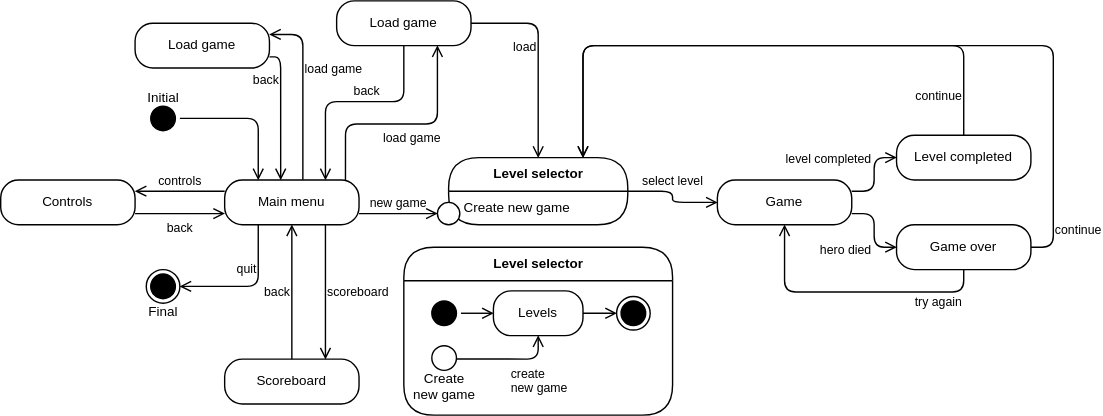
dmfrodrigues/feup-lpoo-proj keeps this draw.io diagram as docs/images/state-diagram.svg. Above is the earlier version. Source tidied: cells renumbered, new cells last; positions are measured from the earlier drawing's top-left corner, leaving out a move shared by most shapes.
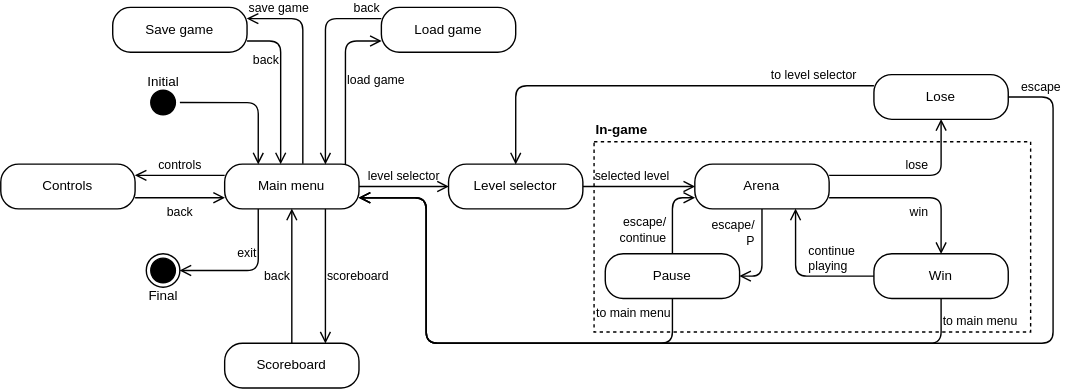
After the change.

The edit, as a diff of the source:
```diff
@@ -14,7 +14,7 @@
     <mxCell id="5" value="Main menu" style="rounded=1;whiteSpace=wrap;html=1;arcSize=40;fontColor=#000000;fillColor=#FFFFFF;strokeColor=#000000;" parent="1" vertex="1">
       <mxGeometry x="200" y="160" width="120" height="40" as="geometry" />
     </mxCell>
-    <mxCell id="6" value="quit" style="edgeStyle=orthogonalEdgeStyle;html=1;verticalAlign=middle;endArrow=open;endSize=8;strokeColor=#000000;exitX=0.25;exitY=1;exitDx=0;exitDy=0;entryX=1;entryY=0.5;entryDx=0;entryDy=0;align=right;labelBackgroundColor=none;" parent="1" edge="1" source="5" target="4">
+    <mxCell id="6" value="exit" style="edgeStyle=orthogonalEdgeStyle;html=1;verticalAlign=middle;endArrow=open;endSize=8;strokeColor=#000000;exitX=0.25;exitY=1;exitDx=0;exitDy=0;entryX=1;entryY=0.5;entryDx=0;entryDy=0;align=right;labelBackgroundColor=none;" parent="1" edge="1" source="5" target="4">
       <mxGeometry x="-0.36" relative="1" as="geometry">
         <Array as="points">
           <mxPoint x="230" y="255" />
@@ -30,42 +30,31 @@
     <mxCell id="9" value="back" style="edgeStyle=orthogonalEdgeStyle;html=1;verticalAlign=middle;endArrow=open;endSize=8;strokeColor=#000000;align=right;exitX=0.5;exitY=0;exitDx=0;exitDy=0;labelBackgroundColor=none;entryX=0.5;entryY=1;entryDx=0;entryDy=0;" parent="1" edge="1" source="7" target="5">
       <mxGeometry relative="1" as="geometry" />
     </mxCell>
-    <mxCell id="10" value="new game" style="edgeStyle=orthogonalEdgeStyle;html=1;verticalAlign=bottom;endArrow=open;endSize=8;strokeColor=#000000;align=center;exitX=1;exitY=0.75;exitDx=0;exitDy=0;entryX=0;entryY=0.5;entryDx=0;entryDy=0;labelBackgroundColor=none;" parent="1" edge="1" source="5" target="22">
+    <mxCell id="10" value="level selector" style="edgeStyle=orthogonalEdgeStyle;html=1;verticalAlign=bottom;endArrow=open;endSize=8;strokeColor=#000000;align=center;exitX=1;exitY=0.5;exitDx=0;exitDy=0;entryX=0;entryY=0.5;entryDx=0;entryDy=0;labelBackgroundColor=none;" parent="1" edge="1" source="5" target="41">
       <mxGeometry relative="1" as="geometry" />
     </mxCell>
     <mxCell id="11" value="Load game" style="rounded=1;whiteSpace=wrap;html=1;arcSize=40;fontColor=#000000;fillColor=#FFFFFF;strokeColor=#000000;" parent="1" vertex="1">
-      <mxGeometry x="300" width="120" height="40" as="geometry" />
+      <mxGeometry x="340" y="20" width="120" height="40" as="geometry" />
     </mxCell>
-    <mxCell id="12" value="load game" style="edgeStyle=orthogonalEdgeStyle;html=1;verticalAlign=top;endArrow=open;endSize=8;strokeColor=#000000;entryX=0.75;entryY=1;entryDx=0;entryDy=0;align=left;labelBackgroundColor=none;exitX=0.899;exitY=0.013;exitDx=0;exitDy=0;exitPerimeter=0;" parent="1" edge="1" source="5" target="11">
-      <mxGeometry x="-0.18" relative="1" as="geometry">
+    <mxCell id="12" value="load game" style="edgeStyle=orthogonalEdgeStyle;html=1;verticalAlign=middle;endArrow=open;endSize=8;strokeColor=#000000;entryX=0;entryY=0.75;entryDx=0;entryDy=0;align=left;labelBackgroundColor=none;exitX=0.899;exitY=0.013;exitDx=0;exitDy=0;exitPerimeter=0;" parent="1" edge="1" source="5" target="11">
+      <mxGeometry x="0.06" relative="1" as="geometry">
         <Array as="points">
-          <mxPoint x="308" y="110" />
-          <mxPoint x="390" y="110" />
+          <mxPoint x="308" y="50" />
         </Array>
       </mxGeometry>
     </mxCell>
-    <mxCell id="13" value="back" style="edgeStyle=orthogonalEdgeStyle;html=1;verticalAlign=bottom;endArrow=open;endSize=8;strokeColor=#000000;align=right;entryX=0.75;entryY=0;entryDx=0;entryDy=0;labelBackgroundColor=none;exitX=0.5;exitY=1;exitDx=0;exitDy=0;" parent="1" edge="1" source="11" target="5">
-      <mxGeometry x="-0.47" y="-20" relative="1" as="geometry">
+    <mxCell id="13" value="back" style="edgeStyle=orthogonalEdgeStyle;html=1;verticalAlign=bottom;endArrow=open;endSize=8;strokeColor=#000000;align=right;entryX=0.75;entryY=0;entryDx=0;entryDy=0;labelBackgroundColor=none;exitX=0;exitY=0.25;exitDx=0;exitDy=0;" parent="1" edge="1" source="11" target="5">
+      <mxGeometry x="-1" relative="1" as="geometry">
         <Array as="points">
-          <mxPoint x="360" y="90" />
-          <mxPoint x="290" y="90" />
+          <mxPoint x="290" y="30" />
         </Array>
-        <mxPoint x="-20" y="20" as="offset" />
       </mxGeometry>
     </mxCell>
-    <mxCell id="14" value="load" style="edgeStyle=orthogonalEdgeStyle;html=1;verticalAlign=bottom;endArrow=open;endSize=8;strokeColor=#000000;exitX=1;exitY=0.5;exitDx=0;exitDy=0;entryX=0.5;entryY=0;entryDx=0;entryDy=0;align=right;labelBackgroundColor=none;" parent="1" edge="1" source="11" target="20">
-      <mxGeometry relative="1" as="geometry" />
-    </mxCell>
-    <mxCell id="15" value="Game" style="rounded=1;whiteSpace=wrap;html=1;arcSize=40;fontColor=#000000;fillColor=#FFFFFF;strokeColor=#000000;" parent="1" vertex="1">
-      <mxGeometry x="640" y="160" width="120" height="40" as="geometry" />
+    <mxCell id="15" value="Arena" style="rounded=1;whiteSpace=wrap;html=1;arcSize=40;fontColor=#000000;fillColor=#FFFFFF;strokeColor=#000000;" parent="1" vertex="1">
+      <mxGeometry x="620" y="160" width="120" height="40" as="geometry" />
     </mxCell>
-    <mxCell id="16" value="select level" style="edgeStyle=orthogonalEdgeStyle;html=1;verticalAlign=bottom;endArrow=open;endSize=8;strokeColor=#000000;align=center;exitX=1;exitY=0;exitDx=0;exitDy=0;entryX=0;entryY=0.5;entryDx=0;entryDy=0;labelBackgroundColor=none;" parent="1" edge="1" source="21" target="15">
-      <mxGeometry x="-0.11" relative="1" as="geometry">
-        <Array as="points">
-          <mxPoint x="600" y="170" />
-          <mxPoint x="600" y="180" />
-        </Array>
-      </mxGeometry>
+    <mxCell id="16" value="selected level" style="edgeStyle=orthogonalEdgeStyle;html=1;verticalAlign=bottom;endArrow=open;endSize=8;strokeColor=#000000;align=center;exitX=1;exitY=0.5;exitDx=0;exitDy=0;entryX=0;entryY=0.5;entryDx=0;entryDy=0;labelBackgroundColor=none;" parent="1" edge="1" source="41" target="15">
+      <mxGeometry x="-0.11" relative="1" as="geometry" />
     </mxCell>
     <mxCell id="17" value="Controls" style="rounded=1;whiteSpace=wrap;html=1;arcSize=40;fontColor=#000000;fillColor=#FFFFFF;strokeColor=#000000;" parent="1" vertex="1">
       <mxGeometry y="160" width="120" height="40" as="geometry" />
@@ -76,109 +65,110 @@
     <mxCell id="19" value="back" style="edgeStyle=orthogonalEdgeStyle;html=1;verticalAlign=top;endArrow=open;endSize=8;strokeColor=#000000;entryX=0;entryY=0.75;entryDx=0;entryDy=0;align=center;labelBackgroundColor=none;exitX=1;exitY=0.75;exitDx=0;exitDy=0;" parent="1" edge="1" source="17" target="5">
       <mxGeometry relative="1" as="geometry" />
     </mxCell>
-    <mxCell id="20" value="Level selector" style="swimlane;html=1;fontStyle=1;align=center;verticalAlign=middle;horizontal=1;startSize=30;fontColor=#000000;rounded=1;arcSize=30;strokeColor=#000000;fillColor=#FFFFFF;swimlaneFillColor=#FFFFFF;" parent="1" vertex="1">
-      <mxGeometry x="400" y="140" width="160" height="60" as="geometry" />
-    </mxCell>
-    <mxCell id="21" value="Create new game" style="text;html=1;strokeColor=none;fillColor=none;align=left;verticalAlign=middle;spacingLeft=12;spacingRight=4;whiteSpace=wrap;overflow=hidden;fontColor=#000000;" parent="20" vertex="1">
-      <mxGeometry y="30" width="160" height="30" as="geometry" />
-    </mxCell>
-    <mxCell id="22" style="ellipse;whiteSpace=wrap;html=1;strokeColor=#000000;fillColor=#FFFFFF;" parent="1" vertex="1">
-      <mxGeometry x="390" y="180" width="20" height="20" as="geometry" />
-    </mxCell>
-    <mxCell id="23" value="Game over" style="rounded=1;whiteSpace=wrap;html=1;arcSize=40;fontColor=#000000;fillColor=#FFFFFF;strokeColor=#000000;" parent="1" vertex="1">
-      <mxGeometry x="800" y="200" width="120" height="40" as="geometry" />
+    <mxCell id="23" value="Win" style="rounded=1;whiteSpace=wrap;html=1;arcSize=40;fontColor=#000000;fillColor=#FFFFFF;strokeColor=#000000;" parent="1" vertex="1">
+      <mxGeometry x="780" y="240" width="120" height="40" as="geometry" />
     </mxCell>
-    <mxCell id="24" value="hero died" style="edgeStyle=orthogonalEdgeStyle;html=1;verticalAlign=top;endArrow=open;endSize=8;strokeColor=#000000;align=right;exitX=1;exitY=0.75;exitDx=0;exitDy=0;entryX=0;entryY=0.5;entryDx=0;entryDy=0;labelBackgroundColor=none;" parent="1" edge="1" source="15" target="23">
-      <mxGeometry x="-0.73" y="-10" relative="1" as="geometry">
+    <mxCell id="24" value="win" style="edgeStyle=orthogonalEdgeStyle;html=1;verticalAlign=top;endArrow=open;endSize=8;strokeColor=#000000;align=right;exitX=1;exitY=0.75;exitDx=0;exitDy=0;entryX=0.5;entryY=0;entryDx=0;entryDy=0;labelBackgroundColor=none;" parent="1" edge="1" source="15" target="23">
+      <mxGeometry x="0.2" relative="1" as="geometry">
         <Array as="points">
-          <mxPoint x="780" y="190" />
-          <mxPoint x="780" y="220" />
+          <mxPoint x="840" y="190" />
         </Array>
-        <mxPoint x="10" y="10" as="offset" />
       </mxGeometry>
     </mxCell>
-    <mxCell id="25" value="Level completed" style="rounded=1;whiteSpace=wrap;html=1;arcSize=40;fontColor=#000000;fillColor=#FFFFFF;strokeColor=#000000;" parent="1" vertex="1">
-      <mxGeometry x="800" y="120" width="120" height="40" as="geometry" />
+    <mxCell id="25" value="Lose" style="rounded=1;whiteSpace=wrap;html=1;arcSize=40;fontColor=#000000;fillColor=#FFFFFF;strokeColor=#000000;" parent="1" vertex="1">
+      <mxGeometry x="780" y="80" width="120" height="40" as="geometry" />
     </mxCell>
-    <mxCell id="26" value="level completed" style="edgeStyle=orthogonalEdgeStyle;html=1;verticalAlign=bottom;endArrow=open;endSize=8;strokeColor=#000000;align=right;exitX=1;exitY=0.25;exitDx=0;exitDy=0;entryX=0;entryY=0.5;entryDx=0;entryDy=0;labelBackgroundColor=none;" parent="1" edge="1" source="15" target="25">
-      <mxGeometry x="-0.73" y="10" relative="1" as="geometry">
+    <mxCell id="26" value="lose" style="edgeStyle=orthogonalEdgeStyle;html=1;verticalAlign=bottom;endArrow=open;endSize=8;strokeColor=#000000;align=right;exitX=1;exitY=0.25;exitDx=0;exitDy=0;entryX=0.5;entryY=1;entryDx=0;entryDy=0;labelBackgroundColor=none;" parent="1" edge="1" source="15" target="25">
+      <mxGeometry x="0.2" relative="1" as="geometry">
         <Array as="points">
-          <mxPoint x="780" y="170" />
-          <mxPoint x="780" y="140" />
+          <mxPoint x="840" y="170" />
         </Array>
-        <mxPoint x="10" y="-10" as="offset" />
       </mxGeometry>
     </mxCell>
-    <mxCell id="27" value="continue" style="edgeStyle=orthogonalEdgeStyle;html=1;verticalAlign=middle;endArrow=open;endSize=8;strokeColor=#000000;align=right;exitX=0.5;exitY=0;exitDx=0;exitDy=0;entryX=0.75;entryY=0;entryDx=0;entryDy=0;labelBackgroundColor=none;" parent="1" edge="1" source="25" target="20">
-      <mxGeometry x="-0.87" relative="1" as="geometry">
+    <mxCell id="27" value="to level selector" style="edgeStyle=orthogonalEdgeStyle;html=1;verticalAlign=bottom;endArrow=open;endSize=8;strokeColor=#000000;align=right;entryX=0.5;entryY=0;entryDx=0;entryDy=0;labelBackgroundColor=none;exitX=0;exitY=0.25;exitDx=0;exitDy=0;" parent="1" edge="1" source="25" target="41">
+      <mxGeometry x="-0.93" relative="1" as="geometry">
         <Array as="points">
-          <mxPoint x="860" y="40" />
-          <mxPoint x="520" y="40" />
+          <mxPoint x="460" y="90" />
         </Array>
       </mxGeometry>
     </mxCell>
-    <mxCell id="28" value="try again" style="edgeStyle=orthogonalEdgeStyle;html=1;verticalAlign=top;endArrow=open;endSize=8;strokeColor=#000000;align=right;exitX=0.5;exitY=1;exitDx=0;exitDy=0;entryX=0.5;entryY=1;entryDx=0;entryDy=0;labelBackgroundColor=none;" parent="1" edge="1" source="23" target="15">
-      <mxGeometry x="-0.87" relative="1" as="geometry">
+    <mxCell id="28" value="&lt;div&gt;continue&lt;/div&gt;&lt;div&gt;playing&lt;/div&gt;" style="edgeStyle=orthogonalEdgeStyle;html=1;verticalAlign=bottom;endArrow=open;endSize=8;strokeColor=#000000;align=left;entryX=0.75;entryY=1;entryDx=0;entryDy=0;labelBackgroundColor=none;exitX=0;exitY=0.5;exitDx=0;exitDy=0;" parent="1" edge="1" source="23" target="15">
+      <mxGeometry x="-0.08" relative="1" as="geometry">
         <Array as="points">
-          <mxPoint x="860" y="260" />
-          <mxPoint x="700" y="260" />
+          <mxPoint x="710" y="260" />
         </Array>
       </mxGeometry>
     </mxCell>
-    <mxCell id="29" value="continue" style="edgeStyle=orthogonalEdgeStyle;html=1;verticalAlign=top;endArrow=open;endSize=8;strokeColor=#000000;align=left;exitX=1;exitY=0.5;exitDx=0;exitDy=0;entryX=0.75;entryY=0;entryDx=0;entryDy=0;labelBackgroundColor=none;" parent="1" edge="1" source="23" target="20">
-      <mxGeometry x="-0.87" relative="1" as="geometry">
+    <mxCell id="29" value="to main menu" style="edgeStyle=orthogonalEdgeStyle;html=1;verticalAlign=middle;endArrow=open;endSize=8;strokeColor=#000000;align=left;exitX=0.5;exitY=1;exitDx=0;exitDy=0;labelBackgroundColor=none;entryX=1;entryY=0.75;entryDx=0;entryDy=0;" parent="1" edge="1" source="23" target="5">
+      <mxGeometry x="-0.94" relative="1" as="geometry">
         <Array as="points">
-          <mxPoint x="940" y="220" />
-          <mxPoint x="940" y="40" />
-          <mxPoint x="520" y="40" />
+          <mxPoint x="840" y="320" />
+          <mxPoint x="380" y="320" />
+          <mxPoint x="380" y="190" />
         </Array>
       </mxGeometry>
     </mxCell>
-    <mxCell id="30" value="Level selector" style="swimlane;html=1;fontStyle=1;align=center;verticalAlign=middle;horizontal=1;startSize=30;fontColor=#000000;rounded=1;arcSize=30;strokeColor=#000000;fillColor=#FFFFFF;swimlaneFillColor=#FFFFFF;" parent="1" vertex="1">
-      <mxGeometry x="360" y="220" width="240" height="150" as="geometry" />
-    </mxCell>
-    <mxCell id="31" style="ellipse;html=1;shape=startState;fillColor=#000000;strokeColor=#000000;verticalAlign=bottom;spacingTop=0;spacingBottom=20;" parent="1" vertex="1">
-      <mxGeometry x="381" y="264" width="30" height="30" as="geometry" />
-    </mxCell>
-    <mxCell id="32" style="edgeStyle=orthogonalEdgeStyle;html=1;verticalAlign=bottom;endArrow=open;endSize=8;strokeColor=#000000;entryX=0;entryY=0.5;entryDx=0;entryDy=0;exitX=1;exitY=0.5;exitDx=0;exitDy=0;" parent="1" edge="1" source="31" target="35">
-      <mxGeometry relative="1" as="geometry" />
-    </mxCell>
-    <mxCell id="33" value="&lt;div&gt;create&lt;/div&gt;&lt;div&gt;new game&lt;/div&gt;" style="edgeStyle=orthogonalEdgeStyle;rounded=1;jettySize=auto;html=1;endArrow=open;endFill=0;endSize=8;entryX=0.5;entryY=1;entryDx=0;entryDy=0;exitX=0.878;exitY=0.528;exitDx=0;exitDy=0;exitPerimeter=0;verticalAlign=top;align=left;" parent="1" edge="1" source="34" target="35">
-      <mxGeometry relative="1" as="geometry">
-        <Array as="points">
-          <mxPoint x="431" y="320" />
-          <mxPoint x="491" y="320" />
-        </Array>
-      </mxGeometry>
-    </mxCell>
-    <mxCell id="34" value="&lt;div&gt;Create&lt;/div&gt;&lt;div&gt;new game&lt;br&gt;&lt;/div&gt;" style="ellipse;html=1;shape=startState;fillColor=#FFFFFF;strokeColor=#000000;verticalAlign=top;spacingTop=16;spacingBottom=0;" parent="1" vertex="1">
-      <mxGeometry x="381" y="304" width="30" height="30" as="geometry" />
-    </mxCell>
-    <mxCell id="35" value="Levels" style="rounded=1;whiteSpace=wrap;html=1;arcSize=40;fontColor=#000000;fillColor=#FFFFFF;strokeColor=#000000;" parent="1" vertex="1">
-      <mxGeometry x="440" y="259" width="80" height="40" as="geometry" />
-    </mxCell>
-    <mxCell id="36" style="ellipse;html=1;shape=endState;fillColor=#000000;strokeColor=#000000;verticalAlign=top;spacingTop=20;" parent="1" vertex="1">
-      <mxGeometry x="550" y="264" width="30" height="30" as="geometry" />
-    </mxCell>
-    <mxCell id="37" style="edgeStyle=orthogonalEdgeStyle;html=1;verticalAlign=bottom;endArrow=open;endSize=8;strokeColor=#000000;entryX=0;entryY=0.5;entryDx=0;entryDy=0;exitX=1;exitY=0.5;exitDx=0;exitDy=0;" parent="1" edge="1" source="35" target="36">
-      <mxGeometry relative="1" as="geometry" />
-    </mxCell>
-    <mxCell id="38" value="Load game" style="rounded=1;whiteSpace=wrap;html=1;arcSize=40;fontColor=#000000;fillColor=#FFFFFF;strokeColor=#000000;" parent="1" vertex="1">
-      <mxGeometry x="120" y="20" width="120" height="40" as="geometry" />
+    <mxCell id="38" value="Save game" style="rounded=1;whiteSpace=wrap;html=1;arcSize=40;fontColor=#000000;fillColor=#FFFFFF;strokeColor=#000000;" parent="1" vertex="1">
+      <mxGeometry x="100" y="20" width="120" height="40" as="geometry" />
     </mxCell>
-    <mxCell id="39" value="back" style="edgeStyle=orthogonalEdgeStyle;html=1;verticalAlign=bottom;endArrow=open;endSize=8;strokeColor=#000000;align=right;labelBackgroundColor=none;entryX=0.417;entryY=-0.002;entryDx=0;entryDy=0;entryPerimeter=0;exitX=1;exitY=0.75;exitDx=0;exitDy=0;" parent="1" edge="1" source="38" target="5">
+    <mxCell id="39" value="back" style="edgeStyle=orthogonalEdgeStyle;html=1;verticalAlign=middle;endArrow=open;endSize=8;strokeColor=#000000;align=right;labelBackgroundColor=none;entryX=0.417;entryY=-0.002;entryDx=0;entryDy=0;entryPerimeter=0;exitX=1;exitY=0.75;exitDx=0;exitDy=0;" parent="1" edge="1" source="38" target="5">
       <mxGeometry x="-0.33" relative="1" as="geometry">
         <Array as="points">
           <mxPoint x="250" y="50" />
         </Array>
       </mxGeometry>
     </mxCell>
-    <mxCell id="40" value="load game" style="edgeStyle=orthogonalEdgeStyle;html=1;verticalAlign=bottom;endArrow=open;endSize=8;strokeColor=#000000;entryX=1;entryY=0.25;entryDx=0;entryDy=0;align=left;labelBackgroundColor=none;exitX=0.582;exitY=-0.007;exitDx=0;exitDy=0;exitPerimeter=0;" parent="1" edge="1" source="5" target="38">
-      <mxGeometry x="0.12" relative="1" as="geometry">
+    <mxCell id="40" value="save game" style="edgeStyle=orthogonalEdgeStyle;html=1;verticalAlign=bottom;endArrow=open;endSize=8;strokeColor=#000000;entryX=1;entryY=0.25;entryDx=0;entryDy=0;align=left;labelBackgroundColor=none;exitX=0.582;exitY=-0.007;exitDx=0;exitDy=0;exitPerimeter=0;" parent="1" edge="1" source="5" target="38">
+      <mxGeometry x="1" relative="1" as="geometry">
         <Array as="points">
           <mxPoint x="270" y="30" />
         </Array>
       </mxGeometry>
     </mxCell>
+    <mxCell id="41" value="Level selector" style="rounded=1;whiteSpace=wrap;html=1;arcSize=40;" parent="1" vertex="1">
+      <mxGeometry x="400" y="160" width="120" height="40" as="geometry" />
+    </mxCell>
+    <mxCell id="42" value="escape" style="endArrow=open;html=1;endSize=8;startArrow=none;startSize=14;startFill=0;edgeStyle=orthogonalEdgeStyle;align=left;verticalAlign=bottom;exitX=1;exitY=0.5;exitDx=0;exitDy=0;entryX=1;entryY=0.75;entryDx=0;entryDy=0;" parent="1" edge="1" source="25" target="5">
+      <mxGeometry x="-0.98" relative="1" as="geometry">
+        <Array as="points">
+          <mxPoint x="940" y="100" />
+          <mxPoint x="940" y="320" />
+          <mxPoint x="380" y="320" />
+          <mxPoint x="380" y="190" />
+        </Array>
+      </mxGeometry>
+    </mxCell>
+    <mxCell id="43" value="Pause" style="rounded=1;whiteSpace=wrap;html=1;arcSize=40;" parent="1" vertex="1">
+      <mxGeometry x="540" y="240" width="120" height="40" as="geometry" />
+    </mxCell>
+    <mxCell id="44" value="&lt;div&gt;escape/&lt;/div&gt;&lt;div&gt;continue&lt;/div&gt;" style="endArrow=open;html=1;align=right;entryX=0;entryY=0.75;entryDx=0;entryDy=0;exitX=0.5;exitY=0;exitDx=0;exitDy=0;endSize=8;endFill=0;spacingRight=4;spacingLeft=5;" parent="1" edge="1" source="43" target="15">
+      <mxGeometry x="-0.4" relative="1" as="geometry">
+        <Array as="points">
+          <mxPoint x="600" y="190" />
+        </Array>
+      </mxGeometry>
+    </mxCell>
+    <mxCell id="45" value="&lt;div&gt;escape/&lt;/div&gt;&lt;div&gt;P&lt;br&gt;&lt;/div&gt;" style="endArrow=open;html=1;align=right;exitX=0.5;exitY=1;exitDx=0;exitDy=0;entryX=1;entryY=0.5;entryDx=0;entryDy=0;endSize=8;endFill=0;spacingRight=5;" parent="1" edge="1" source="15" target="43">
+      <mxGeometry x="-0.45" relative="1" as="geometry">
+        <Array as="points">
+          <mxPoint x="680" y="260" />
+        </Array>
+      </mxGeometry>
+    </mxCell>
+    <mxCell id="46" value="to main menu" style="endArrow=open;html=1;align=right;exitX=0.5;exitY=1;exitDx=0;exitDy=0;entryX=1;entryY=0.75;entryDx=0;entryDy=0;endSize=8;endFill=0;verticalAlign=top;" parent="1" edge="1" source="43" target="5">
+      <mxGeometry x="-0.82" y="-40" relative="1" as="geometry">
+        <Array as="points">
+          <mxPoint x="600" y="320" />
+          <mxPoint x="380" y="320" />
+          <mxPoint x="380" y="190" />
+        </Array>
+      </mxGeometry>
+    </mxCell>
+    <mxCell id="47" style="rounded=0;whiteSpace=wrap;html=1;fillColor=none;dashed=1;" parent="1" vertex="1">
+      <mxGeometry x="530" y="140" width="390" height="170" as="geometry" />
+    </mxCell>
+    <mxCell id="48" value="In-game" style="text;html=1;strokeColor=none;fillColor=none;align=left;verticalAlign=middle;whiteSpace=wrap;rounded=0;dashed=1;fontStyle=1;" parent="1" vertex="1">
+      <mxGeometry x="530" y="120" width="70" height="20" as="geometry" />
+    </mxCell>
   </root>
 </mxGraphModel>
```
